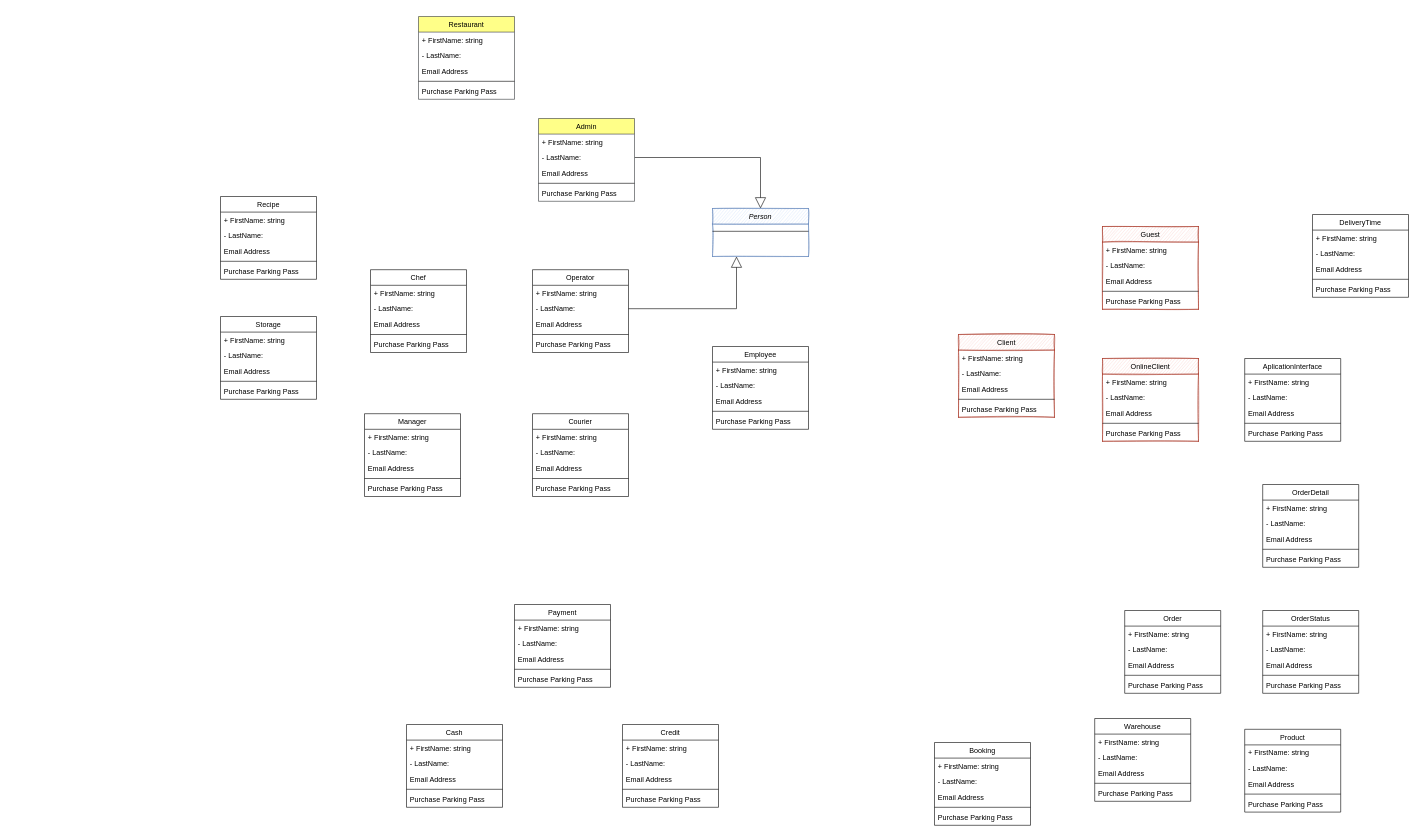
Before: Untitled Diagram.drawio in ChistEgor/UML-class-diagram, a draw.io diagram. Source tidied: cells renumbered, new cells numbered last; positions are measured from the earlier drawing's top-left corner, leaving out a move shared by most shapes. Both pictures are drawn from the tidied source at 60%, with x=0, y=0 at pixel (220, 16).
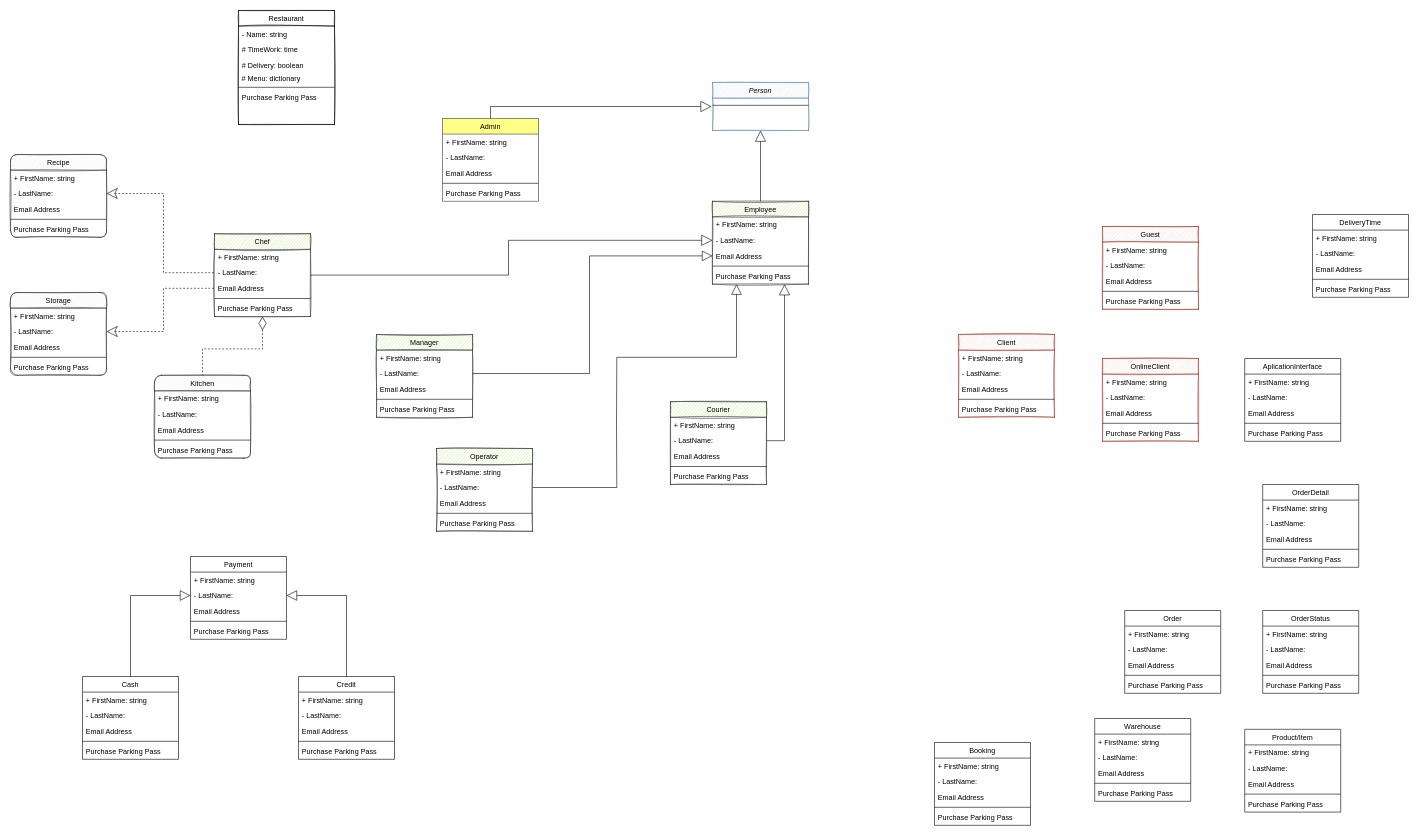
After the change.

Unchanged cells that the change refers to:
```xml
<mxCell id="4" value="- LastName:" style="text;align=left;verticalAlign=top;spacingLeft=4;spacingRight=4;overflow=hidden;points=[[0,0.5],[1,0.5]];portConstraint=eastwest;rounded=0;shadow=0;html=0;" parent="2" vertex="1">
  <mxGeometry y="52" width="160" height="26" as="geometry" />
</mxCell>
<mxCell id="5" value="Email Address" style="text;align=left;verticalAlign=top;spacingLeft=4;spacingRight=4;overflow=hidden;points=[[0,0.5],[1,0.5]];portConstraint=eastwest;rounded=0;shadow=0;html=0;" parent="2" vertex="1">
  <mxGeometry y="78" width="160" height="26" as="geometry" />
</mxCell>
<mxCell id="11" style="line;html=1;strokeWidth=1;align=left;verticalAlign=middle;spacingTop=-1;spacingLeft=3;spacingRight=3;labelPosition=right;points=[];portConstraint=eastwest;" parent="10" vertex="1">
  <mxGeometry y="26" width="160" height="24" as="geometry" />
</mxCell>
<mxCell id="14" value="- LastName:" style="text;align=left;verticalAlign=top;spacingLeft=4;spacingRight=4;overflow=hidden;points=[[0,0.5],[1,0.5]];portConstraint=eastwest;rounded=0;shadow=0;html=0;" parent="12" vertex="1">
  <mxGeometry y="52" width="160" height="26" as="geometry" />
</mxCell>
<mxCell id="26" value="- LastName:" style="text;align=left;verticalAlign=top;spacingLeft=4;spacingRight=4;overflow=hidden;points=[[0,0.5],[1,0.5]];portConstraint=eastwest;rounded=0;shadow=0;html=0;" parent="24" vertex="1">
  <mxGeometry y="52" width="160" height="26" as="geometry" />
</mxCell>
<mxCell id="32" value="- LastName:" style="text;align=left;verticalAlign=top;spacingLeft=4;spacingRight=4;overflow=hidden;points=[[0,0.5],[1,0.5]];portConstraint=eastwest;rounded=0;shadow=0;html=0;" parent="30" vertex="1">
  <mxGeometry y="52" width="160" height="26" as="geometry" />
</mxCell>
<mxCell id="38" value="- LastName:" style="text;align=left;verticalAlign=top;spacingLeft=4;spacingRight=4;overflow=hidden;points=[[0,0.5],[1,0.5]];portConstraint=eastwest;rounded=0;shadow=0;html=0;" parent="36" vertex="1">
  <mxGeometry y="52" width="160" height="26" as="geometry" />
</mxCell>
<mxCell id="98" value="- LastName:" style="text;align=left;verticalAlign=top;spacingLeft=4;spacingRight=4;overflow=hidden;points=[[0,0.5],[1,0.5]];portConstraint=eastwest;rounded=0;shadow=0;html=0;" parent="96" vertex="1">
  <mxGeometry y="52" width="160" height="26" as="geometry" />
</mxCell>
<mxCell id="122" value="- LastName:" style="text;align=left;verticalAlign=top;spacingLeft=4;spacingRight=4;overflow=hidden;points=[[0,0.5],[1,0.5]];portConstraint=eastwest;rounded=0;shadow=0;html=0;" parent="120" vertex="1">
  <mxGeometry y="52" width="160" height="26" as="geometry" />
</mxCell>
<mxCell id="123" value="Email Address" style="text;align=left;verticalAlign=top;spacingLeft=4;spacingRight=4;overflow=hidden;points=[[0,0.5],[1,0.5]];portConstraint=eastwest;rounded=0;shadow=0;html=0;" parent="120" vertex="1">
  <mxGeometry y="78" width="160" height="26" as="geometry" />
</mxCell>
<mxCell id="134" value="- LastName:" style="text;align=left;verticalAlign=top;spacingLeft=4;spacingRight=4;overflow=hidden;points=[[0,0.5],[1,0.5]];portConstraint=eastwest;rounded=0;shadow=0;html=0;" parent="132" vertex="1">
  <mxGeometry y="52" width="160" height="26" as="geometry" />
</mxCell>
<mxCell id="140" value="- LastName:" style="text;align=left;verticalAlign=top;spacingLeft=4;spacingRight=4;overflow=hidden;points=[[0,0.5],[1,0.5]];portConstraint=eastwest;rounded=0;shadow=0;html=0;" parent="138" vertex="1">
  <mxGeometry y="52" width="160" height="26" as="geometry" />
</mxCell>
```

The edit, as a diff of the source:
```diff
@@
+    <mxCell id="144" style="edgeStyle=orthogonalEdgeStyle;rounded=0;jettySize=auto;html=1;entryX=1;entryY=0.5;entryDx=0;entryDy=0;startArrow=block;startFill=0;startSize=16;sourcePerimeterSpacing=10;endArrow=none;endFill=0;endSize=10;targetPerimeterSpacing=15;exitX=0.75;exitY=1;exitDx=0;exitDy=0;" parent="1" edge="1" source="2" target="38">
+      <mxGeometry relative="1" as="geometry" />
+    </mxCell>
+    <mxCell id="145" style="edgeStyle=orthogonalEdgeStyle;rounded=0;jumpSize=7;jettySize=auto;html=1;exitX=0.25;exitY=1;exitDx=0;exitDy=0;startArrow=block;startFill=0;startSize=15;sourcePerimeterSpacing=10;endArrow=none;endFill=0;endSize=14;targetPerimeterSpacing=15;strokeWidth=1;" parent="1" edge="1" source="2">
+      <mxGeometry relative="1" as="geometry">
+        <mxPoint x="660" y="680" as="targetPoint" />
+      </mxGeometry>
+    </mxCell>
-    <mxCell id="2" value="Employee" style="swimlane;fontStyle=0;align=center;verticalAlign=top;horizontal=1;startSize=26;rounded=0;shadow=0;strokeWidth=1;" parent="1" vertex="1">
-      <mxGeometry x="820" y="550" width="160" height="138" as="geometry" />
+    <mxCell id="2" value="Employee" style="swimlane;fontStyle=0;align=center;verticalAlign=top;horizontal=1;startSize=26;rounded=0;shadow=0;strokeWidth=1;fillColor=#cdeb8b;strokeColor=#36393d;sketch=1;swimlaneLine=1;swimlaneFillColor=#ffffff;" parent="1" vertex="1">
+      <mxGeometry x="820" y="308" width="160" height="138" as="geometry" />
     </mxCell>
@@
-    <mxCell id="8" style="edgeStyle=orthogonalEdgeStyle;rounded=0;jettySize=auto;html=1;exitX=0.5;exitY=0;exitDx=0;exitDy=0;entryX=1;entryY=0.5;entryDx=0;entryDy=0;endArrow=none;endFill=0;endSize=10;startArrow=block;startFill=0;targetPerimeterSpacing=15;sourcePerimeterSpacing=10;startSize=16;" parent="1" edge="1" source="10" target="14">
-      <mxGeometry relative="1" as="geometry" />
-    </mxCell>
-    <mxCell id="9" style="edgeStyle=orthogonalEdgeStyle;rounded=0;jettySize=auto;html=1;exitX=0.25;exitY=1;exitDx=0;exitDy=0;entryX=1;entryY=0.5;entryDx=0;entryDy=0;startArrow=block;startFill=0;startSize=16;sourcePerimeterSpacing=10;endArrow=none;endFill=0;endSize=10;targetPerimeterSpacing=15;" parent="1" edge="1" source="10" target="26">
-      <mxGeometry relative="1" as="geometry" />
-    </mxCell>
+    <mxCell id="146" style="edgeStyle=orthogonalEdgeStyle;rounded=0;jettySize=auto;html=1;entryX=0.5;entryY=0;entryDx=0;entryDy=0;startArrow=block;startFill=0;startSize=16;sourcePerimeterSpacing=10;endArrow=none;endFill=0;endSize=10;targetPerimeterSpacing=15;exitX=-0.009;exitY=0.583;exitDx=0;exitDy=0;exitPerimeter=0;" parent="1" edge="1" source="11" target="12">
+      <mxGeometry relative="1" as="geometry" />
+    </mxCell>
+    <mxCell id="147" style="edgeStyle=orthogonalEdgeStyle;rounded=0;jettySize=auto;html=1;exitX=0.5;exitY=1;exitDx=0;exitDy=0;entryX=0.5;entryY=0;entryDx=0;entryDy=0;startArrow=block;startFill=0;startSize=16;sourcePerimeterSpacing=10;endArrow=none;endFill=0;endSize=10;targetPerimeterSpacing=15;" parent="1" edge="1" source="10" target="2">
+      <mxGeometry relative="1" as="geometry" />
+    </mxCell>
     <mxCell id="10" value="Person" style="swimlane;fontStyle=2;align=center;verticalAlign=top;horizontal=1;startSize=26;rounded=0;shadow=0;strokeWidth=1;swimlaneFillColor=#ffffff;fillColor=#dae8fc;sketch=1;glass=0;strokeColor=#6c8ebf;fillStyle=auto;" parent="1" vertex="1">
-      <mxGeometry x="820" y="320" width="160" height="80" as="geometry" />
+      <mxGeometry x="820" y="110" width="160" height="80" as="geometry" />
     </mxCell>
@@
     <mxCell id="12" value="Admin" style="swimlane;fontStyle=0;align=center;verticalAlign=top;horizontal=1;startSize=26;rounded=0;shadow=0;strokeWidth=1;fillColor=#ffff88;strokeColor=#36393d;swimlaneFillColor=#ffffff;sketch=0;" parent="1" vertex="1">
-      <mxGeometry x="530" y="170" width="160" height="138" as="geometry" />
+      <mxGeometry x="370" y="170" width="160" height="138" as="geometry" />
     </mxCell>
@@
-    <mxCell id="18" value="Restaurant" style="swimlane;fontStyle=0;align=center;verticalAlign=top;horizontal=1;startSize=26;rounded=0;shadow=0;strokeWidth=1;fillColor=#ffff88;strokeColor=#36393d;" parent="1" vertex="1">
-      <mxGeometry x="330" width="160" height="138" as="geometry" />
-    </mxCell>
-    <mxCell id="19" value="+ FirstName: string" style="text;align=left;verticalAlign=top;spacingLeft=4;spacingRight=4;overflow=hidden;" parent="18" vertex="1">
-      <mxGeometry y="26" width="160" height="26" as="geometry" />
-    </mxCell>
-    <mxCell id="20" value="- LastName:" style="text;align=left;verticalAlign=top;spacingLeft=4;spacingRight=4;overflow=hidden;rounded=0;shadow=0;html=0;" parent="18" vertex="1">
-      <mxGeometry y="52" width="160" height="26" as="geometry" />
-    </mxCell>
-    <mxCell id="21" value="Email Address" style="text;align=left;verticalAlign=top;spacingLeft=4;spacingRight=4;overflow=hidden;rounded=0;shadow=0;html=0;" parent="18" vertex="1">
-      <mxGeometry y="78" width="160" height="26" as="geometry" />
-    </mxCell>
-    <mxCell id="22" style="line;html=1;strokeWidth=1;align=left;verticalAlign=middle;spacingTop=-1;spacingLeft=3;spacingRight=3;labelPosition=right;" parent="18" vertex="1">
-      <mxGeometry y="104" width="160" height="8" as="geometry" />
-    </mxCell>
-    <mxCell id="23" value="Purchase Parking Pass" style="text;align=left;verticalAlign=top;spacingLeft=4;spacingRight=4;overflow=hidden;" parent="18" vertex="1">
-      <mxGeometry y="112" width="160" height="26" as="geometry" />
-    </mxCell>
-    <mxCell id="24" value="Operator" style="swimlane;fontStyle=0;align=center;verticalAlign=top;horizontal=1;startSize=26;rounded=0;shadow=0;strokeWidth=1;" parent="1" vertex="1">
-      <mxGeometry x="520" y="422" width="160" height="138" as="geometry" />
+    <mxCell id="24" value="Operator" style="swimlane;fontStyle=0;align=center;verticalAlign=top;horizontal=1;startSize=26;rounded=0;shadow=0;strokeWidth=1;fillColor=#cdeb8b;strokeColor=#36393d;sketch=1;swimlaneFillColor=#ffffff;" parent="1" vertex="1">
+      <mxGeometry x="360" y="720" width="160" height="138" as="geometry" />
     </mxCell>
@@
-    <mxCell id="30" value="Manager" style="swimlane;fontStyle=0;align=center;verticalAlign=top;horizontal=1;startSize=26;rounded=0;shadow=0;strokeWidth=1;" parent="1" vertex="1">
-      <mxGeometry x="240" y="662" width="160" height="138" as="geometry" />
+    <mxCell id="30" value="Manager" style="swimlane;fontStyle=0;align=center;verticalAlign=top;horizontal=1;startSize=26;rounded=0;shadow=0;strokeWidth=1;fillColor=#cdeb8b;strokeColor=#36393d;swimlaneFillColor=#ffffff;sketch=1;" parent="1" vertex="1">
+      <mxGeometry x="260" y="530" width="160" height="138" as="geometry" />
     </mxCell>
@@
-    <mxCell id="36" value="Courier" style="swimlane;fontStyle=0;align=center;verticalAlign=top;horizontal=1;startSize=26;rounded=0;shadow=0;strokeWidth=1;" parent="1" vertex="1">
-      <mxGeometry x="520" y="662" width="160" height="138" as="geometry" />
+    <mxCell id="36" value="Courier" style="swimlane;fontStyle=0;align=center;verticalAlign=top;horizontal=1;startSize=26;rounded=0;shadow=0;strokeWidth=1;fillColor=#cdeb8b;strokeColor=#36393d;sketch=1;" parent="1" vertex="1">
+      <mxGeometry x="750" y="642" width="160" height="138" as="geometry" />
     </mxCell>
@@
-    <mxCell id="90" value="Product" style="swimlane;fontStyle=0;align=center;verticalAlign=top;horizontal=1;startSize=26;rounded=0;shadow=0;strokeWidth=1;" parent="1" vertex="1">
+    <mxCell id="90" value="Product/Item" style="swimlane;fontStyle=0;align=center;verticalAlign=top;horizontal=1;startSize=26;rounded=0;shadow=0;strokeWidth=1;" parent="1" vertex="1">
       <mxGeometry x="1707" y="1188" width="160" height="138" as="geometry" />
     </mxCell>
@@
     <mxCell id="96" value="Payment" style="swimlane;fontStyle=0;align=center;verticalAlign=top;horizontal=1;startSize=26;rounded=0;shadow=0;strokeWidth=1;" parent="1" vertex="1">
-      <mxGeometry x="490" y="980" width="160" height="138" as="geometry" />
+      <mxGeometry x="-50" y="900" width="160" height="138" as="geometry" />
     </mxCell>
@@
     <mxCell id="102" value="Credit" style="swimlane;fontStyle=0;align=center;verticalAlign=top;horizontal=1;startSize=26;rounded=0;shadow=0;strokeWidth=1;" parent="1" vertex="1">
-      <mxGeometry x="670" y="1180" width="160" height="138" as="geometry" />
+      <mxGeometry x="130" y="1100" width="160" height="138" as="geometry" />
     </mxCell>
@@
     <mxCell id="108" value="Cash" style="swimlane;fontStyle=0;align=center;verticalAlign=top;horizontal=1;startSize=26;rounded=0;shadow=0;strokeWidth=1;" parent="1" vertex="1">
-      <mxGeometry x="310" y="1180" width="160" height="138" as="geometry" />
+      <mxGeometry x="-230" y="1100" width="160" height="138" as="geometry" />
     </mxCell>
@@
+    <mxCell id="148" style="edgeStyle=orthogonalEdgeStyle;rounded=0;jumpSize=7;jettySize=auto;html=1;exitX=0.5;exitY=1;exitDx=0;exitDy=0;entryX=0.5;entryY=0;entryDx=0;entryDy=0;dashed=1;startArrow=diamondThin;startFill=0;startSize=20;sourcePerimeterSpacing=10;endArrow=none;endFill=0;endSize=14;targetPerimeterSpacing=15;strokeWidth=1;" parent="1" edge="1" source="120" target="158">
+      <mxGeometry relative="1" as="geometry" />
+    </mxCell>
-    <mxCell id="120" value="Chef" style="swimlane;fontStyle=0;align=center;verticalAlign=top;horizontal=1;startSize=26;rounded=0;shadow=0;strokeWidth=1;" parent="1" vertex="1">
-      <mxGeometry x="250" y="422" width="160" height="138" as="geometry" />
+    <mxCell id="120" value="Chef" style="swimlane;fontStyle=0;align=center;verticalAlign=top;horizontal=1;startSize=26;rounded=0;shadow=0;strokeWidth=1;fillColor=#cdeb8b;strokeColor=#36393d;sketch=1;swimlaneFillColor=#ffffff;" parent="1" vertex="1">
+      <mxGeometry x="-10" y="362" width="160" height="138" as="geometry" />
     </mxCell>
@@
-    <mxCell id="132" value="Recipe" style="swimlane;fontStyle=0;align=center;verticalAlign=top;horizontal=1;startSize=26;rounded=0;shadow=0;strokeWidth=1;" parent="1" vertex="1">
-      <mxGeometry y="300" width="160" height="138" as="geometry" />
+    <mxCell id="132" value="Recipe" style="swimlane;fontStyle=0;align=center;verticalAlign=top;horizontal=1;startSize=26;rounded=1;shadow=0;strokeWidth=1;fillColor=#eeeeee;strokeColor=#36393d;sketch=1;" parent="1" vertex="1">
+      <mxGeometry x="-350" y="230" width="160" height="138" as="geometry" />
     </mxCell>
@@
-    <mxCell id="138" value="Storage" style="swimlane;fontStyle=0;align=center;verticalAlign=top;horizontal=1;startSize=26;rounded=0;shadow=0;strokeWidth=1;" parent="1" vertex="1">
-      <mxGeometry y="500" width="160" height="138" as="geometry" />
+    <mxCell id="138" value="Storage" style="swimlane;fontStyle=0;align=center;verticalAlign=top;horizontal=1;startSize=26;rounded=1;shadow=0;strokeWidth=1;fillColor=#eeeeee;strokeColor=#36393d;sketch=1;" parent="1" vertex="1">
+      <mxGeometry x="-350" y="460" width="160" height="138" as="geometry" />
     </mxCell>
@@
+    <mxCell id="149" style="edgeStyle=orthogonalEdgeStyle;rounded=0;jettySize=auto;html=1;exitX=0;exitY=0.5;exitDx=0;exitDy=0;entryX=1;entryY=0.5;entryDx=0;entryDy=0;startArrow=block;startFill=0;startSize=16;sourcePerimeterSpacing=10;endArrow=none;endFill=0;endSize=10;targetPerimeterSpacing=15;" parent="1" edge="1" source="4" target="120">
+      <mxGeometry relative="1" as="geometry" />
+    </mxCell>
+    <mxCell id="150" style="edgeStyle=orthogonalEdgeStyle;rounded=0;jettySize=auto;html=1;entryX=0;entryY=0.5;entryDx=0;entryDy=0;startArrow=classic;startFill=0;startSize=16;sourcePerimeterSpacing=10;endArrow=none;endFill=0;endSize=10;targetPerimeterSpacing=15;exitX=1;exitY=0.5;exitDx=0;exitDy=0;dashed=1;strokeWidth=1;jumpSize=7;" parent="1" edge="1" source="134" target="122">
+      <mxGeometry relative="1" as="geometry" />
+    </mxCell>
+    <mxCell id="18" value="Restaurant" style="swimlane;fontStyle=0;align=center;verticalAlign=top;horizontal=1;startSize=26;rounded=0;shadow=0;strokeWidth=1;swimlaneFillColor=#ffffff;sketch=1;" parent="1" vertex="1">
+      <mxGeometry x="30" y="-10" width="160" height="190" as="geometry" />
+    </mxCell>
+    <mxCell id="151" value="- Name: string" style="text;align=left;verticalAlign=top;spacingLeft=4;spacingRight=4;overflow=hidden;" parent="18" vertex="1">
+      <mxGeometry y="26" width="160" height="26" as="geometry" />
+    </mxCell>
+    <mxCell id="152" value="# TimeWork: time" style="text;align=left;verticalAlign=top;spacingLeft=4;spacingRight=4;overflow=hidden;rounded=0;shadow=0;html=0;" parent="18" vertex="1">
+      <mxGeometry y="52" width="160" height="26" as="geometry" />
+    </mxCell>
+    <mxCell id="153" value="# Delivery: boolean" style="text;align=left;verticalAlign=top;spacingLeft=4;spacingRight=4;overflow=hidden;rounded=0;shadow=0;html=0;" parent="18" vertex="1">
+      <mxGeometry y="78" width="160" height="26" as="geometry" />
+    </mxCell>
+    <mxCell id="154" value="&amp;nbsp;# Menu: dictionary" style="text;html=1;strokeColor=none;fillColor=none;align=left;verticalAlign=middle;whiteSpace=wrap;rounded=0;shadow=0;glass=0;sketch=1;" parent="18" vertex="1">
+      <mxGeometry y="104" width="160" height="20" as="geometry" />
+    </mxCell>
+    <mxCell id="155" style="line;html=1;strokeWidth=1;align=left;verticalAlign=middle;spacingTop=-1;spacingLeft=3;spacingRight=3;labelPosition=right;" parent="18" vertex="1">
+      <mxGeometry y="124" width="160" height="8" as="geometry" />
+    </mxCell>
+    <mxCell id="156" value="Purchase Parking Pass" style="text;align=left;verticalAlign=top;spacingLeft=4;spacingRight=4;overflow=hidden;" parent="18" vertex="1">
+      <mxGeometry y="132" width="160" height="26" as="geometry" />
+    </mxCell>
+    <mxCell id="157" style="edgeStyle=orthogonalEdgeStyle;rounded=0;jumpSize=7;jettySize=auto;html=1;exitX=1;exitY=0.5;exitDx=0;exitDy=0;entryX=0;entryY=0.5;entryDx=0;entryDy=0;dashed=1;startArrow=classic;startFill=0;startSize=16;sourcePerimeterSpacing=10;endArrow=none;endFill=0;endSize=10;targetPerimeterSpacing=15;strokeWidth=1;" parent="1" edge="1" source="140" target="123">
+      <mxGeometry relative="1" as="geometry" />
+    </mxCell>
+    <mxCell id="158" value="Kitchen" style="swimlane;fontStyle=0;align=center;verticalAlign=top;horizontal=1;startSize=26;rounded=1;shadow=0;strokeWidth=1;fillColor=#eeeeee;strokeColor=#36393d;sketch=1;" parent="1" vertex="1">
+      <mxGeometry x="-110" y="598" width="160" height="138" as="geometry" />
+    </mxCell>
+    <mxCell id="19" value="+ FirstName: string" style="text;align=left;verticalAlign=top;spacingLeft=4;spacingRight=4;overflow=hidden;" parent="158" vertex="1">
+      <mxGeometry y="26" width="160" height="26" as="geometry" />
+    </mxCell>
+    <mxCell id="20" value="- LastName:" style="text;align=left;verticalAlign=top;spacingLeft=4;spacingRight=4;overflow=hidden;rounded=0;shadow=0;html=0;" parent="158" vertex="1">
+      <mxGeometry y="52" width="160" height="26" as="geometry" />
+    </mxCell>
+    <mxCell id="21" value="Email Address" style="text;align=left;verticalAlign=top;spacingLeft=4;spacingRight=4;overflow=hidden;rounded=0;shadow=0;html=0;" parent="158" vertex="1">
+      <mxGeometry y="78" width="160" height="26" as="geometry" />
+    </mxCell>
+    <mxCell id="22" style="line;html=1;strokeWidth=1;align=left;verticalAlign=middle;spacingTop=-1;spacingLeft=3;spacingRight=3;labelPosition=right;" parent="158" vertex="1">
+      <mxGeometry y="104" width="160" height="8" as="geometry" />
+    </mxCell>
+    <mxCell id="23" value="Purchase Parking Pass" style="text;align=left;verticalAlign=top;spacingLeft=4;spacingRight=4;overflow=hidden;" parent="158" vertex="1">
+      <mxGeometry y="112" width="160" height="26" as="geometry" />
+    </mxCell>
+    <mxCell id="159" style="edgeStyle=orthogonalEdgeStyle;rounded=0;jumpSize=7;jettySize=auto;html=1;exitX=0;exitY=0.5;exitDx=0;exitDy=0;entryX=1;entryY=0.5;entryDx=0;entryDy=0;startArrow=block;startFill=0;startSize=15;sourcePerimeterSpacing=10;endArrow=none;endFill=0;endSize=14;targetPerimeterSpacing=15;strokeWidth=1;" parent="1" edge="1" source="5" target="32">
+      <mxGeometry relative="1" as="geometry" />
+    </mxCell>
+    <mxCell id="160" style="edgeStyle=orthogonalEdgeStyle;rounded=0;jumpSize=7;jettySize=auto;html=1;exitX=1;exitY=0.5;exitDx=0;exitDy=0;startArrow=none;startFill=0;startSize=15;sourcePerimeterSpacing=10;endArrow=none;endFill=0;endSize=14;targetPerimeterSpacing=15;strokeWidth=1;" parent="1" edge="1" source="26">
+      <mxGeometry relative="1" as="geometry">
+        <mxPoint x="660" y="680" as="targetPoint" />
+      </mxGeometry>
+    </mxCell>
+    <mxCell id="161" style="edgeStyle=orthogonalEdgeStyle;rounded=0;jumpSize=7;jettySize=auto;html=1;exitX=0;exitY=0.5;exitDx=0;exitDy=0;entryX=0.5;entryY=0;entryDx=0;entryDy=0;startArrow=block;startFill=0;startSize=15;sourcePerimeterSpacing=10;endArrow=none;endFill=0;endSize=14;targetPerimeterSpacing=15;strokeWidth=1;" parent="1" edge="1" source="98" target="108">
+      <mxGeometry relative="1" as="geometry" />
+    </mxCell>
+    <mxCell id="162" style="edgeStyle=orthogonalEdgeStyle;rounded=0;jumpSize=7;jettySize=auto;html=1;exitX=1;exitY=0.5;exitDx=0;exitDy=0;entryX=0.5;entryY=0;entryDx=0;entryDy=0;startArrow=block;startFill=0;startSize=15;sourcePerimeterSpacing=10;endArrow=none;endFill=0;endSize=14;targetPerimeterSpacing=15;strokeWidth=1;" parent="1" edge="1" source="98" target="102">
+      <mxGeometry relative="1" as="geometry" />
+    </mxCell>
```
